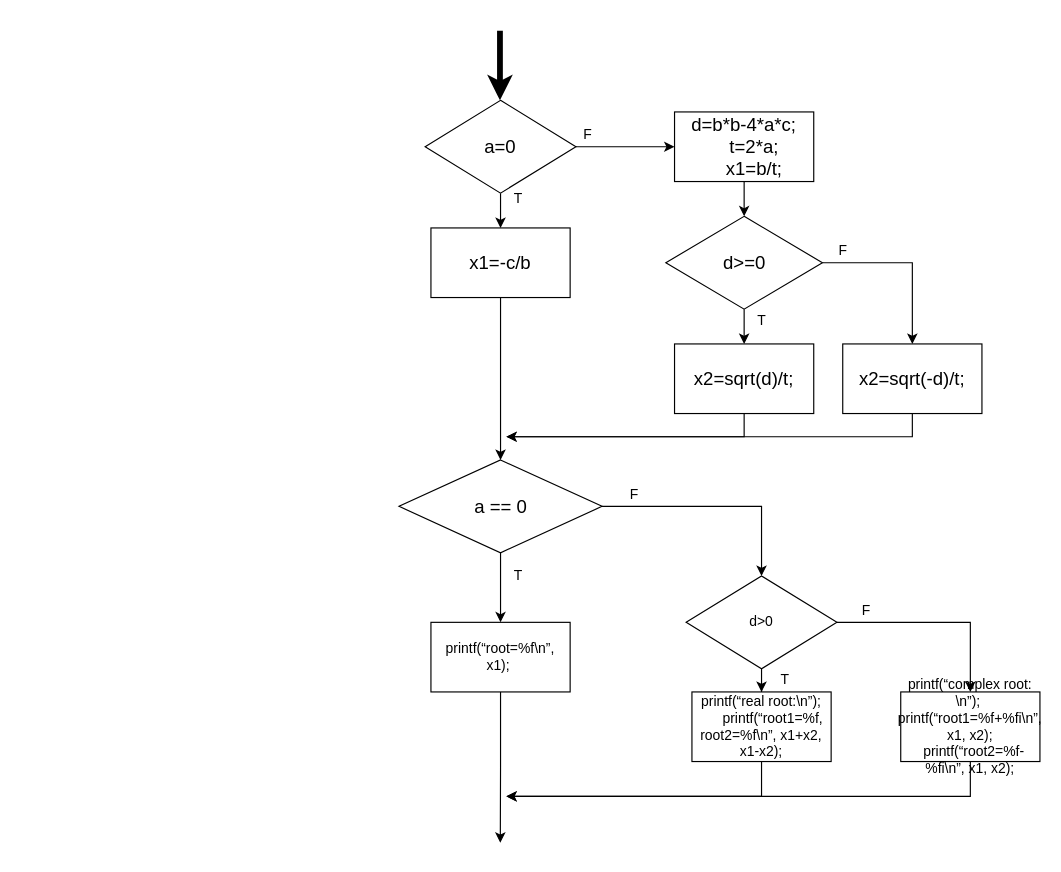
The draw.io diagram ee.drawio in chensiyi0904/draw.io, before the edit. Source tidied: cells renumbered, new cells numbered last; positions are measured from the earlier drawing's top-left corner, leaving out a move shared by most shapes. Both pictures are drawn from the tidied source at 116%, with x=0, y=0 at pixel (399, 30).
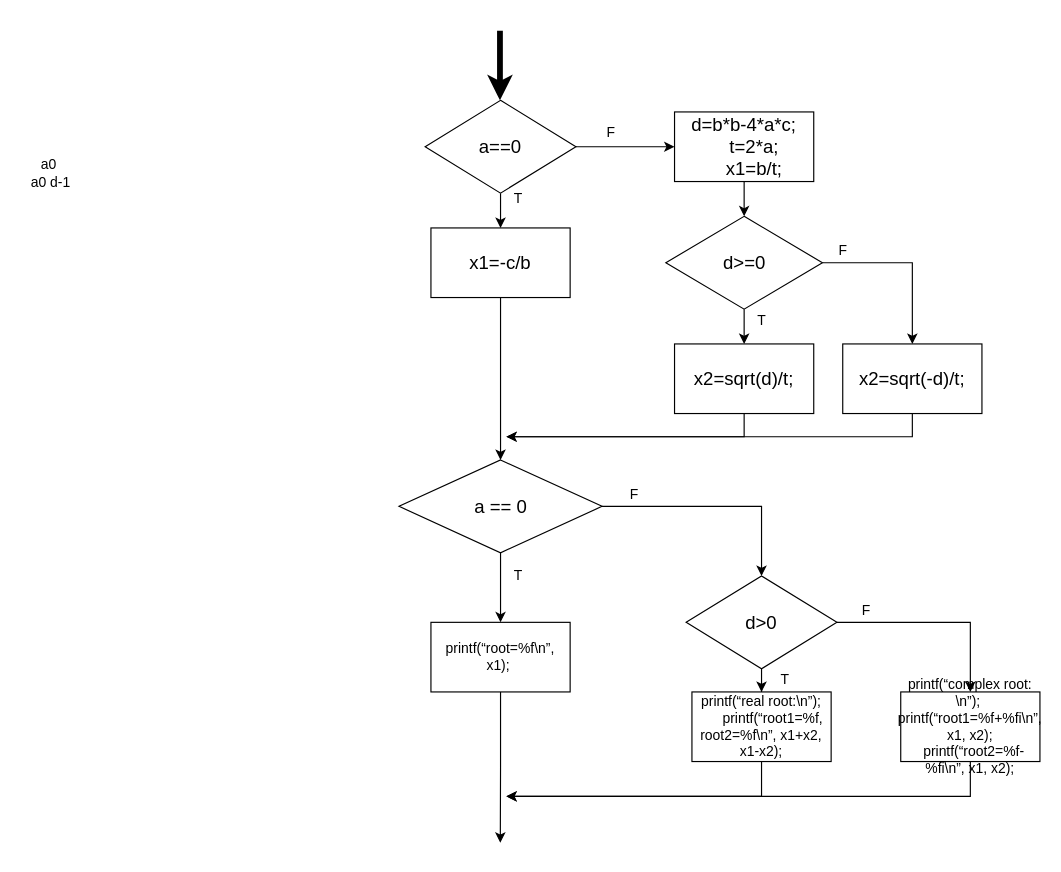
After the change.

What changed in the source:
```diff
@@
-    <mxCell id="5" value="&lt;font style=&quot;font-size: 16px;&quot;&gt;a=0&lt;/font&gt;" style="rhombus;whiteSpace=wrap;html=1;" parent="1" vertex="1">
+    <mxCell id="5" value="&lt;font style=&quot;font-size: 16px;&quot;&gt;a==0&lt;/font&gt;" style="rhombus;whiteSpace=wrap;html=1;" parent="1" vertex="1">
       <mxGeometry x="22" y="60" width="130" height="80" as="geometry" />
     </mxCell>
@@
     <mxCell id="11" value="F" style="text;html=1;align=center;verticalAlign=middle;strokeColor=none;fillColor=none;" parent="1" vertex="1">
-      <mxGeometry x="147" y="75" width="30" height="30" as="geometry" />
+      <mxGeometry x="167" y="73" width="30" height="30" as="geometry" />
     </mxCell>
@@
-    <mxCell id="30" value="d&amp;gt;0" style="rhombus;whiteSpace=wrap;html=1;" parent="1" vertex="1">
+    <mxCell id="30" value="&lt;font style=&quot;font-size: 16px;&quot;&gt;d&amp;gt;0&lt;/font&gt;" style="rhombus;whiteSpace=wrap;html=1;" parent="1" vertex="1">
       <mxGeometry x="247" y="470" width="130" height="80" as="geometry" />
     </mxCell>
@@
+    <mxCell id="37" value="a0&amp;nbsp;&lt;br&gt;a0 d-1" style="text;html=1;align=center;verticalAlign=middle;strokeColor=none;fillColor=none;" parent="1" vertex="1">
+      <mxGeometry x="-327" y="102" width="52" height="41" as="geometry" />
+    </mxCell>
```
